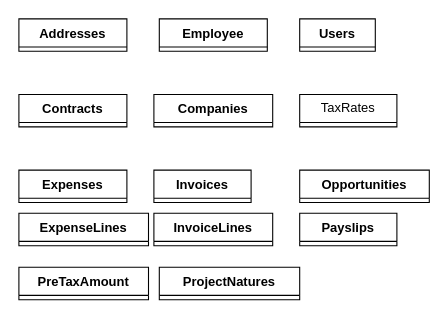
Before: Diagramme sans nom.drawio in Eaulmesse/upit_erp_dev, a draw.io diagram. Source tidied: cells renumbered, new cells numbered last; positions are measured from the earlier drawing's top-left corner, leaving out a move shared by most shapes. Both pictures are drawn from the tidied source at 108%, with x=0, y=0 at pixel (18, 18).
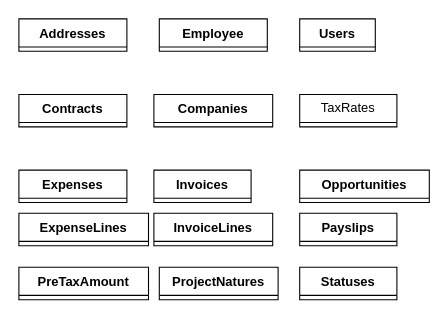
After the change.

What changed in the source:
```diff
@@
 <mxGraphModel>
   <root>
     <mxCell id="0" />
     <mxCell id="1" parent="0" />
     <mxCell id="2" value="Companies" style="swimlane;fontStyle=1;align=center;verticalAlign=top;horizontal=1;startSize=26;whiteSpace=wrap;html=1;" parent="1" vertex="1" collapsed="1">
       <mxGeometry x="125" y="70" width="110" height="30" as="geometry" />
     </mxCell>
     <mxCell id="3" value="Addresses" style="swimlane;fontStyle=1;align=center;verticalAlign=top;horizontal=1;startSize=26;whiteSpace=wrap;html=1;" parent="1" vertex="1" collapsed="1">
       <mxGeometry width="100" height="30" as="geometry" />
     </mxCell>
     <mxCell id="4" value="Contracts" style="swimlane;fontStyle=1;align=center;verticalAlign=top;horizontal=1;startSize=26;whiteSpace=wrap;html=1;" parent="1" vertex="1" collapsed="1">
       <mxGeometry y="70" width="100" height="30" as="geometry" />
     </mxCell>
     <mxCell id="5" value="Employee" style="swimlane;fontStyle=1;align=center;verticalAlign=top;horizontal=1;startSize=26;whiteSpace=wrap;html=1;" parent="1" vertex="1" collapsed="1">
       <mxGeometry x="130" width="100" height="30" as="geometry" />
     </mxCell>
     <mxCell id="6" value="Users" style="swimlane;fontStyle=1;align=center;verticalAlign=top;horizontal=1;startSize=26;whiteSpace=wrap;html=1;" parent="1" vertex="1" collapsed="1">
       <mxGeometry x="260" width="70" height="30" as="geometry" />
     </mxCell>
     <mxCell id="7" value="TaxRates" style="swimlane;fontStyle=0;horizontal=1;startSize=26;fillColor=none;whiteSpace=wrap;html=1;" parent="1" vertex="1" collapsed="1">
       <mxGeometry x="260" y="70" width="90" height="30" as="geometry" />
     </mxCell>
     <mxCell id="8" value="Expenses" style="swimlane;fontStyle=1;align=center;verticalAlign=top;horizontal=1;startSize=26;whiteSpace=wrap;html=1;" parent="1" vertex="1" collapsed="1">
       <mxGeometry y="140" width="100" height="30" as="geometry" />
     </mxCell>
     <mxCell id="9" value="ExpenseLines" style="swimlane;fontStyle=1;align=center;verticalAlign=top;horizontal=1;startSize=26;whiteSpace=wrap;html=1;" parent="1" vertex="1" collapsed="1">
       <mxGeometry y="180" width="120" height="30" as="geometry" />
     </mxCell>
     <mxCell id="10" value="Invoices" style="swimlane;fontStyle=1;align=center;verticalAlign=top;horizontal=1;startSize=26;whiteSpace=wrap;html=1;" parent="1" vertex="1" collapsed="1">
       <mxGeometry x="125" y="140" width="90" height="30" as="geometry" />
     </mxCell>
     <mxCell id="11" value="InvoiceLines" style="swimlane;fontStyle=1;align=center;verticalAlign=top;horizontal=1;startSize=26;whiteSpace=wrap;html=1;" parent="1" vertex="1" collapsed="1">
       <mxGeometry x="125" y="180" width="110" height="30" as="geometry" />
     </mxCell>
     <mxCell id="12" value="Opportunities" style="swimlane;fontStyle=1;align=center;verticalAlign=top;horizontal=1;startSize=26;whiteSpace=wrap;html=1;" parent="1" vertex="1" collapsed="1">
       <mxGeometry x="260" y="140" width="120" height="30" as="geometry" />
     </mxCell>
     <mxCell id="13" value="Payslips" style="swimlane;fontStyle=1;align=center;verticalAlign=top;horizontal=1;startSize=26;whiteSpace=wrap;html=1;" parent="1" vertex="1" collapsed="1">
       <mxGeometry x="260" y="180" width="90" height="30" as="geometry" />
     </mxCell>
     <mxCell id="14" value="PreTaxAmount" style="swimlane;fontStyle=1;align=center;verticalAlign=top;horizontal=1;startSize=26;whiteSpace=wrap;html=1;" parent="1" vertex="1" collapsed="1">
       <mxGeometry y="230" width="120" height="30" as="geometry" />
     </mxCell>
     <mxCell id="15" value="ProjectNatures" style="swimlane;fontStyle=1;align=center;verticalAlign=top;horizontal=1;startSize=26;whiteSpace=wrap;html=1;" parent="1" vertex="1" collapsed="1">
-      <mxGeometry x="130" y="230" width="130" height="30" as="geometry" />
+      <mxGeometry x="130" y="230" width="110" height="30" as="geometry" />
     </mxCell>
+    <mxCell id="16" value="Statuses" style="swimlane;fontStyle=1;align=center;verticalAlign=top;horizontal=1;startSize=26;whiteSpace=wrap;html=1;" parent="1" vertex="1" collapsed="1">
+      <mxGeometry x="260" y="230" width="90" height="30" as="geometry" />
+    </mxCell>
   </root>
 </mxGraphModel>
```
